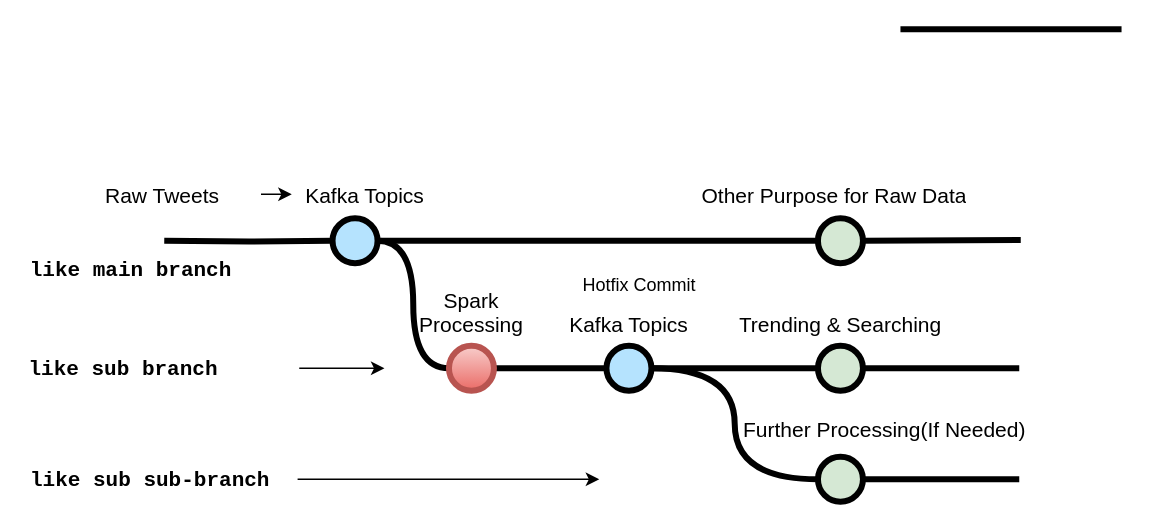
MyLife97/Streaming_Analysis keeps this draw.io diagram as Kafka Data Flow.drawio. Above is the earlier version. Source tidied: cells renumbered, new cells numbered last; positions are measured from the earlier drawing's top-left corner, leaving out a move shared by most shapes. Both pictures are drawn from the tidied source at 150%, with x=0, y=0 at pixel (26, 28).
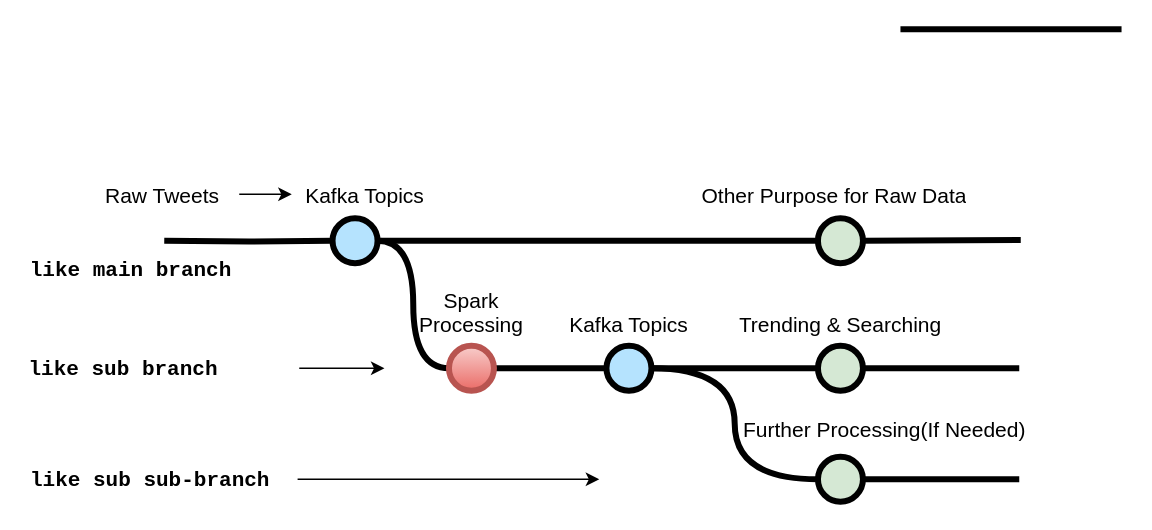
The same diagram, later.

The change refers to these unchanged cells:
```xml
<mxCell id="17" value="Kafka Topics" style="text;html=1;strokeColor=none;fillColor=none;align=center;verticalAlign=middle;whiteSpace=wrap;overflow=hidden;fontSize=14;" parent="1" vertex="1">
  <mxGeometry x="177" y="100" width="97.8" height="20" as="geometry" />
</mxCell>
```

The edit, as a diff of the source:
```diff
@@
-    <mxCell id="2" value="Hotfix Commit" style="text;html=1;strokeColor=none;fillColor=none;align=center;verticalAlign=middle;whiteSpace=wrap;overflow=hidden;" parent="1" vertex="1">
-      <mxGeometry x="369.2" y="156" width="80" height="30" as="geometry" />
-    </mxCell>
@@
     <mxCell id="19" style="edgeStyle=orthogonalEdgeStyle;rounded=0;jettySize=auto;html=1;fontSize=12;fontColor=#000000;entryX=0;entryY=0.5;entryDx=0;entryDy=0;" parent="1" edge="1" target="17">
       <mxGeometry relative="1" as="geometry">
-        <mxPoint x="156.5" y="110" as="sourcePoint" />
+        <mxPoint x="142" y="110" as="sourcePoint" />
         <Array as="points">
           <mxPoint x="164.2" y="110" />
           <mxPoint x="164.2" y="110" />
         </Array>
       </mxGeometry>
     </mxCell>
```
